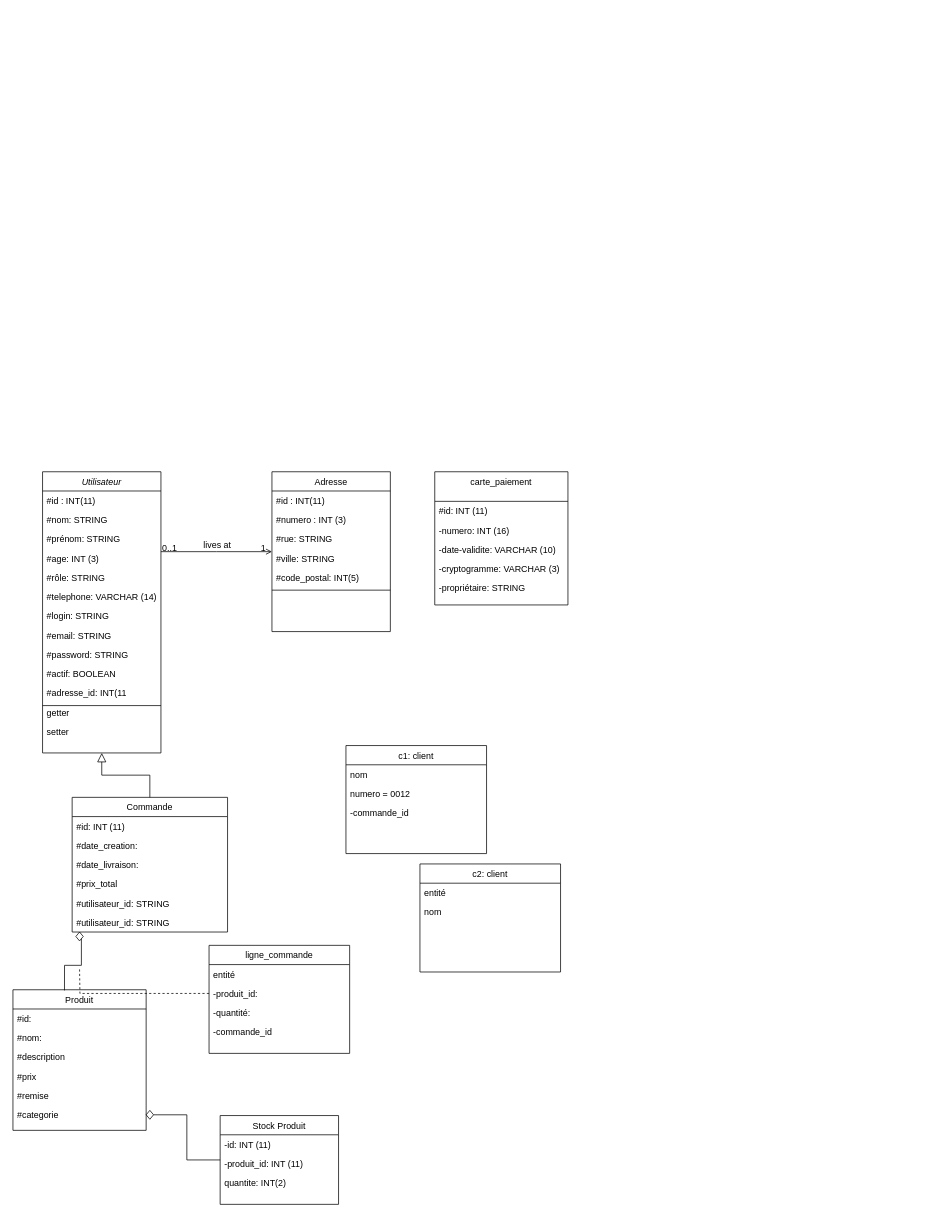
This is ecommerce_diagram_class.drawio from Steony/BeautyBookerApp, a draw.io file, before an edit. Source tidied: cells renumbered, new cells numbered last; positions are measured from the earlier drawing's top-left corner, leaving out a move shared by most shapes. Both pictures are drawn from the tidied source at 74%, with x=0, y=0 at pixel (13, 471).
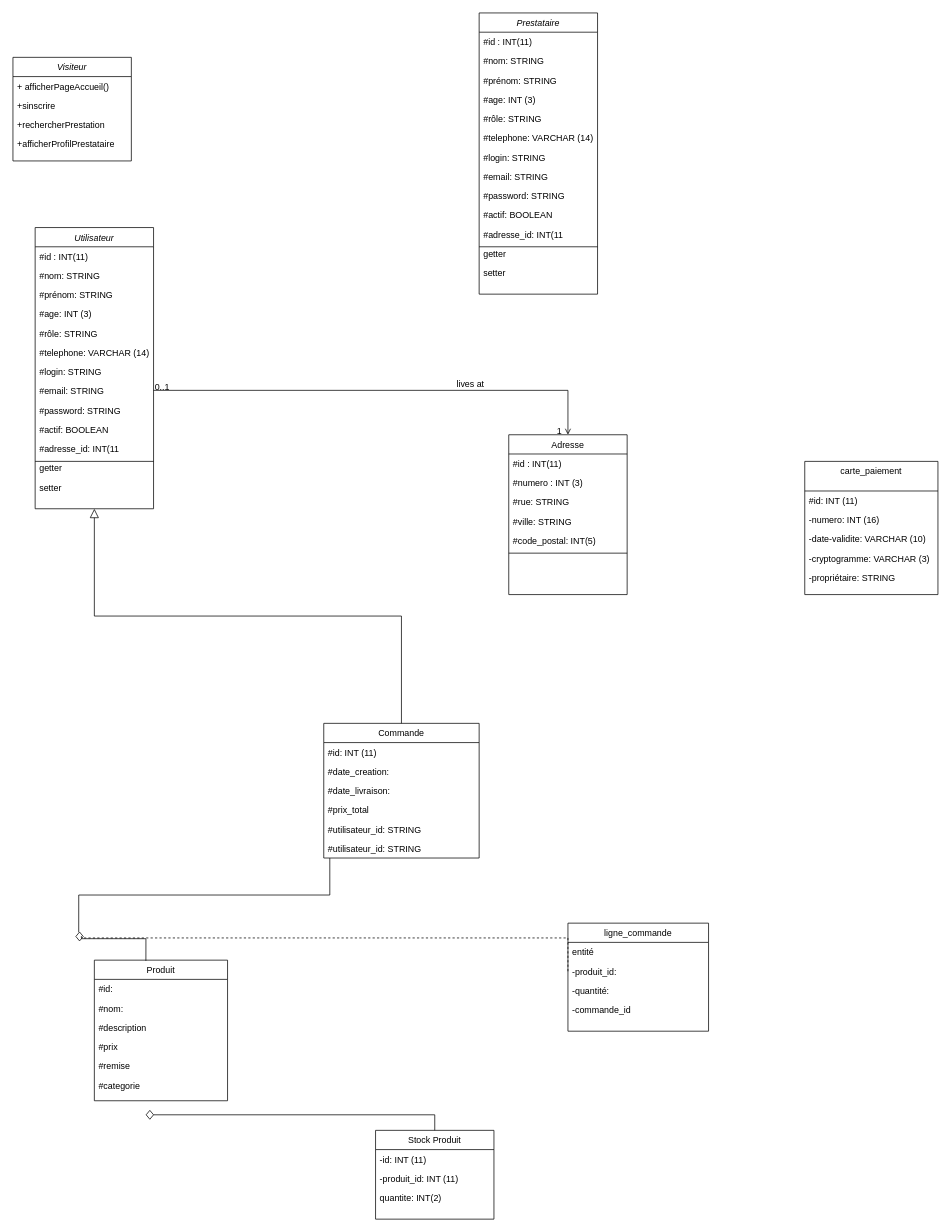
After the change.

Commit message:
Mettre à jour ecommerce_diagram_class.drawio

Unchanged cells that the change refers to:
```xml
<mxCell id="27" value="-produit_id:" style="text;align=left;verticalAlign=top;spacingLeft=4;spacingRight=4;overflow=hidden;points=[[0,0.5],[1,0.5]];portConstraint=eastwest;" parent="25" vertex="1">
  <mxGeometry y="52" width="190" height="26" as="geometry" />
</mxCell>
<mxCell id="63" style="rhombus;whiteSpace=wrap;html=1;align=left;fillColor=none;strokeColor=inherit;strokeWidth=1;labelBackgroundColor=default;spacingTop=-1;spacingLeft=3;spacingRight=3;" parent="1" vertex="1">
  <mxGeometry x="85" y="622" width="10" height="12" as="geometry" />
</mxCell>
```

What changed in the source:
```diff
@@
     <mxCell id="2" value="Utilisateur" style="swimlane;fontStyle=2;align=center;verticalAlign=top;horizontal=1;startSize=26;rounded=0;shadow=0;strokeWidth=1;" parent="1" vertex="1">
-      <mxGeometry x="40" width="160" height="380" as="geometry" />
+      <mxGeometry x="30" y="-330" width="160" height="380" as="geometry" />
     </mxCell>
@@
     <mxCell id="17" value="Commande" style="swimlane;fontStyle=0;align=center;verticalAlign=top;horizontal=1;startSize=26;rounded=0;shadow=0;strokeWidth=1;" parent="1" vertex="1">
-      <mxGeometry x="80" y="440" width="210" height="182" as="geometry" />
+      <mxGeometry x="420" y="340" width="210" height="182" as="geometry" />
     </mxCell>
@@
     <mxCell id="25" value="ligne_commande" style="swimlane;fontStyle=0;align=center;verticalAlign=top;horizontal=1;startSize=26;rounded=0;shadow=0;strokeWidth=1;" parent="1" vertex="1">
-      <mxGeometry x="265" y="640" width="190" height="146" as="geometry" />
+      <mxGeometry x="750" y="610" width="190" height="146" as="geometry" />
     </mxCell>
@@
     <mxCell id="30" value="Adresse" style="swimlane;fontStyle=0;align=center;verticalAlign=top;horizontal=1;startSize=26;rounded=0;shadow=0;strokeWidth=1;" parent="1" vertex="1">
-      <mxGeometry x="350" width="160" height="216" as="geometry" />
+      <mxGeometry x="670" y="-50" width="160" height="216" as="geometry" />
     </mxCell>
@@
     <mxCell id="37" style="endArrow=open;shadow=0;strokeWidth=1;rounded=0;curved=0;endFill=1;edgeStyle=elbowEdgeStyle;elbow=vertical;" parent="1" edge="1" source="2" target="30">
       <mxGeometry x="0.5" y="41" relative="1" as="geometry">
+        <Array as="points">
+          <mxPoint x="430" y="-110" />
+        </Array>
         <mxPoint x="-40" y="32" as="offset" />
       </mxGeometry>
     </mxCell>
@@
     <mxCell id="41" value="carte_paiement" style="swimlane;fontStyle=0;align=center;verticalAlign=top;horizontal=1;startSize=40;rounded=0;shadow=0;strokeWidth=1;" parent="1" vertex="1">
-      <mxGeometry x="570" width="180" height="180" as="geometry" />
+      <mxGeometry x="1070" y="-14" width="180" height="180" as="geometry" />
     </mxCell>
@@
     <mxCell id="47" value="Produit" style="swimlane;fontStyle=0;align=center;verticalAlign=top;horizontal=1;startSize=26;rounded=0;shadow=0;strokeWidth=1;" parent="1" vertex="1">
-      <mxGeometry y="700" width="180" height="190" as="geometry" />
+      <mxGeometry x="110" y="660" width="180" height="190" as="geometry" />
     </mxCell>
@@
     <mxCell id="54" value="Stock Produit" style="swimlane;fontStyle=0;align=center;verticalAlign=top;horizontal=1;startSize=26;rounded=0;shadow=0;strokeWidth=1;" parent="1" vertex="1">
-      <mxGeometry x="280" y="870" width="160" height="120" as="geometry" />
+      <mxGeometry x="490" y="890" width="160" height="120" as="geometry" />
     </mxCell>
@@
-    <mxCell id="60" style="endArrow=none;html=1;edgeStyle=orthogonalEdgeStyle;rounded=0;exitX=0;exitY=0.5;exitDx=0;exitDy=0;dashed=1;" parent="1" edge="1" source="27">
+    <mxCell id="60" style="endArrow=none;html=1;edgeStyle=orthogonalEdgeStyle;rounded=0;exitX=0;exitY=0.5;exitDx=0;exitDy=0;dashed=1;entryX=1;entryY=0;entryDx=0;entryDy=0;" parent="1" edge="1" source="27" target="63">
       <mxGeometry relative="1" as="geometry">
-        <mxPoint x="90" y="670" as="targetPoint" />
+        <Array as="points">
+          <mxPoint x="750" y="630" />
+          <mxPoint x="93" y="630" />
+        </Array>
       </mxGeometry>
     </mxCell>
@@
-    <mxCell id="64" value="c1: client" style="swimlane;fontStyle=0;align=center;verticalAlign=top;horizontal=1;startSize=26;rounded=0;shadow=0;strokeWidth=1;" parent="1" vertex="1">
-      <mxGeometry x="450" y="370" width="190" height="146" as="geometry" />
-    </mxCell>
-    <mxCell id="65" value="nom" style="text;align=left;verticalAlign=top;spacingLeft=4;spacingRight=4;overflow=hidden;" parent="64" vertex="1">
-      <mxGeometry y="26" width="190" height="26" as="geometry" />
-    </mxCell>
-    <mxCell id="66" value="numero = 0012" style="text;align=left;verticalAlign=top;spacingLeft=4;spacingRight=4;overflow=hidden;" parent="64" vertex="1">
-      <mxGeometry y="52" width="190" height="26" as="geometry" />
-    </mxCell>
-    <mxCell id="67" value="-commande_id" style="text;align=left;verticalAlign=top;spacingLeft=4;spacingRight=4;overflow=hidden;" parent="64" vertex="1">
-      <mxGeometry y="78" width="190" height="26" as="geometry" />
-    </mxCell>
-    <mxCell id="68" value="c2: client" style="swimlane;fontStyle=0;align=center;verticalAlign=top;horizontal=1;startSize=26;rounded=0;shadow=0;strokeWidth=1;" parent="1" vertex="1">
-      <mxGeometry x="550" y="530" width="190" height="146" as="geometry" />
-    </mxCell>
-    <mxCell id="69" value="entité" style="text;align=left;verticalAlign=top;spacingLeft=4;spacingRight=4;overflow=hidden;" parent="68" vertex="1">
-      <mxGeometry y="26" width="190" height="26" as="geometry" />
-    </mxCell>
-    <mxCell id="70" value="nom" style="text;align=left;verticalAlign=top;spacingLeft=4;spacingRight=4;overflow=hidden;" parent="68" vertex="1">
-      <mxGeometry y="52" width="190" height="26" as="geometry" />
-    </mxCell>
+    <mxCell id="71" value="Visiteur" style="swimlane;fontStyle=2;align=center;verticalAlign=top;horizontal=1;startSize=26;rounded=0;shadow=0;strokeWidth=1;" parent="1" vertex="1">
+      <mxGeometry y="-560" width="160" height="140" as="geometry" />
+    </mxCell>
+    <mxCell id="72" value="+ afficherPageAccueil()" style="text;align=left;verticalAlign=top;spacingLeft=4;spacingRight=4;overflow=hidden;rounded=0;shadow=0;html=0;" parent="71" vertex="1">
+      <mxGeometry y="26" width="160" height="26" as="geometry" />
+    </mxCell>
+    <mxCell id="73" value="+sinscrire" style="text;align=left;verticalAlign=top;spacingLeft=4;spacingRight=4;overflow=hidden;rounded=0;shadow=0;html=0;" parent="71" vertex="1">
+      <mxGeometry y="52" width="160" height="26" as="geometry" />
+    </mxCell>
+    <mxCell id="74" value="+rechercherPrestation" style="text;align=left;verticalAlign=top;spacingLeft=4;spacingRight=4;overflow=hidden;rounded=0;shadow=0;html=0;" parent="71" vertex="1">
+      <mxGeometry y="78" width="160" height="26" as="geometry" />
+    </mxCell>
+    <mxCell id="75" value="+afficherProfilPrestataire" style="text;align=left;verticalAlign=top;spacingLeft=4;spacingRight=4;overflow=hidden;rounded=0;shadow=0;html=0;" parent="71" vertex="1">
+      <mxGeometry y="104" width="160" height="26" as="geometry" />
+    </mxCell>
+    <mxCell id="76" value="Prestataire" style="swimlane;fontStyle=2;align=center;verticalAlign=top;horizontal=1;startSize=26;rounded=0;shadow=0;strokeWidth=1;" parent="1" vertex="1">
+      <mxGeometry x="630" y="-620" width="160" height="380" as="geometry" />
+    </mxCell>
+    <mxCell id="77" value="#id : INT(11)" style="text;align=left;verticalAlign=top;spacingLeft=4;spacingRight=4;overflow=hidden;" parent="76" vertex="1">
+      <mxGeometry y="26" width="160" height="26" as="geometry" />
+    </mxCell>
+    <mxCell id="78" value="#nom: STRING" style="text;align=left;verticalAlign=top;spacingLeft=4;spacingRight=4;overflow=hidden;rounded=0;shadow=0;html=0;" parent="76" vertex="1">
+      <mxGeometry y="52" width="160" height="26" as="geometry" />
+    </mxCell>
+    <mxCell id="79" value="#prénom: STRING" style="text;align=left;verticalAlign=top;spacingLeft=4;spacingRight=4;overflow=hidden;rounded=0;shadow=0;html=0;" parent="76" vertex="1">
+      <mxGeometry y="78" width="160" height="26" as="geometry" />
+    </mxCell>
+    <mxCell id="80" value="#age: INT (3)" style="text;align=left;verticalAlign=top;spacingLeft=4;spacingRight=4;overflow=hidden;rounded=0;shadow=0;html=0;" parent="76" vertex="1">
+      <mxGeometry y="104" width="160" height="26" as="geometry" />
+    </mxCell>
+    <mxCell id="81" value="#rôle: STRING" style="text;align=left;verticalAlign=top;spacingLeft=4;spacingRight=4;overflow=hidden;rounded=0;shadow=0;html=0;" parent="76" vertex="1">
+      <mxGeometry y="130" width="160" height="26" as="geometry" />
+    </mxCell>
+    <mxCell id="82" value="#telephone: VARCHAR (14)" style="text;align=left;verticalAlign=top;spacingLeft=4;spacingRight=4;overflow=hidden;rounded=0;shadow=0;html=0;" parent="76" vertex="1">
+      <mxGeometry y="156" width="160" height="26" as="geometry" />
+    </mxCell>
+    <mxCell id="83" value="#login: STRING" style="text;align=left;verticalAlign=top;spacingLeft=4;spacingRight=4;overflow=hidden;rounded=0;shadow=0;html=0;" parent="76" vertex="1">
+      <mxGeometry y="182" width="160" height="26" as="geometry" />
+    </mxCell>
+    <mxCell id="84" value="#email: STRING" style="text;align=left;verticalAlign=top;spacingLeft=4;spacingRight=4;overflow=hidden;rounded=0;shadow=0;html=0;" parent="76" vertex="1">
+      <mxGeometry y="208" width="160" height="26" as="geometry" />
+    </mxCell>
+    <mxCell id="85" value="#password: STRING" style="text;align=left;verticalAlign=top;spacingLeft=4;spacingRight=4;overflow=hidden;rounded=0;shadow=0;html=0;" parent="76" vertex="1">
+      <mxGeometry y="234" width="160" height="26" as="geometry" />
+    </mxCell>
+    <mxCell id="86" value="#actif: BOOLEAN" style="text;align=left;verticalAlign=top;spacingLeft=4;spacingRight=4;overflow=hidden;rounded=0;shadow=0;html=0;" parent="76" vertex="1">
+      <mxGeometry y="260" width="160" height="26" as="geometry" />
+    </mxCell>
+    <mxCell id="87" value="#adresse_id: INT(11" style="text;align=left;verticalAlign=top;spacingLeft=4;spacingRight=4;overflow=hidden;rounded=0;shadow=0;html=0;" parent="76" vertex="1">
+      <mxGeometry y="286" width="160" height="26" as="geometry" />
+    </mxCell>
+    <mxCell id="88" style="endArrow=none;html=1;rounded=0;" parent="76" edge="1">
+      <mxGeometry relative="1" as="geometry">
+        <mxPoint y="316" as="sourcePoint" />
+        <mxPoint x="160" y="316" as="targetPoint" />
+      </mxGeometry>
+    </mxCell>
+    <mxCell id="89" value="getter" style="text;align=left;verticalAlign=top;spacingLeft=4;spacingRight=4;overflow=hidden;rounded=0;shadow=0;html=0;" parent="76" vertex="1">
+      <mxGeometry y="312" width="160" height="26" as="geometry" />
+    </mxCell>
+    <mxCell id="90" value="setter" style="text;align=left;verticalAlign=top;spacingLeft=4;spacingRight=4;overflow=hidden;rounded=0;shadow=0;html=0;" parent="76" vertex="1">
+      <mxGeometry y="338" width="160" height="26" as="geometry" />
+    </mxCell>
```
